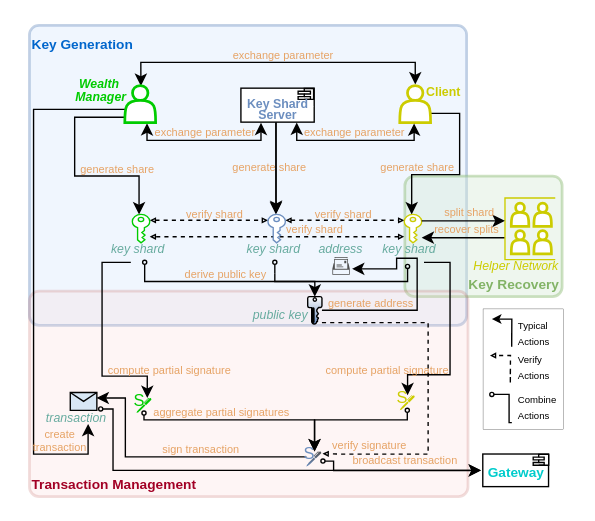
Above: page "txn-sign-tech" (4 of 13) of drawio-diagrams/wallet_architecture.drawio in dlt-science/crypto-mpc-wallet-bloom (draw.io), before the change. Source tidied: cells renumbered, new cells numbered last; positions are measured from the earlier drawing's top-left corner, leaving out a move shared by most shapes. Both pictures are drawn from the tidied source at 137%, with x=0, y=0 at pixel (29, 25).
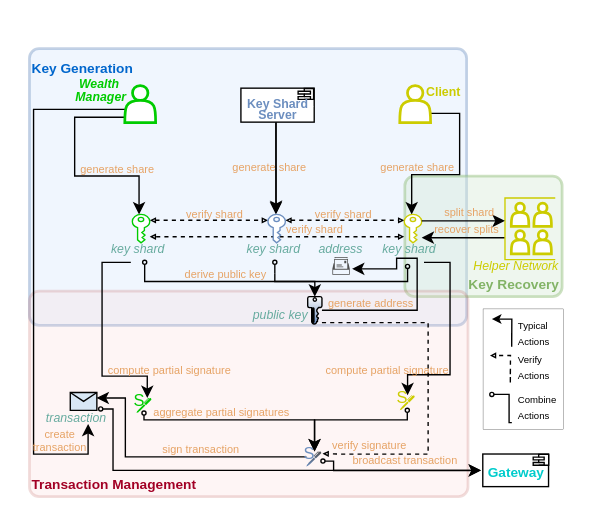
The same page after the edit.

Unchanged cells that the change refers to:
```xml
<mxCell id="17" style="shape=actor;whiteSpace=wrap;html=1;strokeWidth=2;strokeColor=#CCCC00;" parent="1" vertex="1">
  <mxGeometry x="270.3" y="44" width="22.5" height="27" as="geometry" />
</mxCell>
<mxCell id="18" style="html=1;align=center;verticalAlign=middle;dashed=0;rotation=-90;strokeWidth=1;strokeColor=#000000;fillColor=#FFFFFF;" parent="1" vertex="1">
  <mxGeometry x="168.7" y="31.5" width="24.8" height="53.5" as="geometry" />
</mxCell>
<mxCell id="86" style="shape=actor;whiteSpace=wrap;html=1;strokeWidth=2;strokeColor=#00CC00;" parent="1" vertex="1">
  <mxGeometry x="69.6" y="44" width="22.5" height="27" as="geometry" />
</mxCell>
```

The edit, as a diff of the source:
```diff
@@
     <mxCell id="2" value="&lt;b style=&quot;color: rgb(0, 102, 204); caret-color: rgb(0, 0, 0); text-wrap: nowrap;&quot;&gt;&lt;font style=&quot;font-size: 10px;&quot;&gt;Key Generation&lt;/font&gt;&lt;/b&gt;" style="rounded=1;whiteSpace=wrap;html=1;absoluteArcSize=1;arcSize=14;strokeWidth=2;fillColor=#dae8fc;strokeColor=#6c8ebf;opacity=40;rotation=0;align=left;verticalAlign=top;spacingTop=0;labelPosition=center;verticalLabelPosition=middle;" parent="1" vertex="1">
-      <mxGeometry width="319.1" height="219" as="geometry" />
+      <mxGeometry y="17" width="319.1" height="202" as="geometry" />
     </mxCell>
@@
-    <mxCell id="13" style="edgeStyle=orthogonalEdgeStyle;rounded=0;jettySize=auto;html=1;exitX=0.721;exitY=1.016;exitDx=0;exitDy=0;exitPerimeter=0;startArrow=classic;startFill=1;entryX=-0.018;entryY=0.274;entryDx=0;entryDy=0;entryPerimeter=0;" parent="1" edge="1" source="86" target="18">
-      <mxGeometry relative="1" as="geometry">
-        <Array as="points">
-          <mxPoint x="86" y="84" />
-          <mxPoint x="169" y="84" />
-        </Array>
-      </mxGeometry>
-    </mxCell>
-    <mxCell id="14" value="&lt;font color=&quot;#e6a365&quot; style=&quot;font-size: 8px;&quot;&gt;exchange&amp;nbsp;&lt;/font&gt;&lt;span style=&quot;color: rgb(230, 163, 101); font-size: 8px;&quot;&gt;parameter&lt;/span&gt;" style="edgeLabel;html=1;align=center;verticalAlign=middle;labelBackgroundColor=none;" parent="13" vertex="1">
-      <mxGeometry x="-0.29" y="1" relative="1" as="geometry">
-        <mxPoint x="15" y="-7" as="offset" />
-      </mxGeometry>
-    </mxCell>
-    <mxCell id="15" style="edgeStyle=orthogonalEdgeStyle;rounded=0;jettySize=auto;html=1;exitX=0.522;exitY=0.007;exitDx=0;exitDy=0;entryX=0.503;entryY=-0.032;entryDx=0;entryDy=0;entryPerimeter=0;startArrow=classic;startFill=1;exitPerimeter=0;" parent="1" edge="1" source="86" target="17">
-      <mxGeometry relative="1" as="geometry">
-        <Array as="points">
-          <mxPoint x="81" y="27" />
-          <mxPoint x="282" y="27" />
-          <mxPoint x="282" y="43" />
-        </Array>
-      </mxGeometry>
-    </mxCell>
-    <mxCell id="16" value="&lt;font style=&quot;font-size: 8px;&quot; color=&quot;#e6a365&quot;&gt;exchange&amp;nbsp;&lt;/font&gt;&lt;span style=&quot;color: rgb(230, 163, 101); font-size: 8px;&quot;&gt;parameter&lt;/span&gt;" style="edgeLabel;html=1;align=center;verticalAlign=middle;labelBackgroundColor=none;" parent="15" vertex="1">
-      <mxGeometry x="0.04" relative="1" as="geometry">
-        <mxPoint x="-1" y="-7" as="offset" />
-      </mxGeometry>
-    </mxCell>
@@
-    <mxCell id="20" style="edgeStyle=orthogonalEdgeStyle;rounded=0;jettySize=auto;html=1;entryX=0.465;entryY=1.022;entryDx=0;entryDy=0;entryPerimeter=0;startArrow=classic;startFill=1;" parent="1" edge="1" target="17">
-      <mxGeometry relative="1" as="geometry">
-        <mxPoint x="195.1" y="71" as="sourcePoint" />
-        <Array as="points">
-          <mxPoint x="195" y="84" />
-          <mxPoint x="281" y="84" />
-        </Array>
-      </mxGeometry>
-    </mxCell>
-    <mxCell id="21" value="&lt;font color=&quot;#e6a365&quot; style=&quot;font-size: 8px;&quot;&gt;exchange&amp;nbsp;&lt;/font&gt;&lt;span style=&quot;color: rgb(230, 163, 101); font-size: 8px;&quot;&gt;parameter&lt;/span&gt;" style="edgeLabel;html=1;align=center;verticalAlign=middle;labelBackgroundColor=none;" parent="20" vertex="1">
-      <mxGeometry x="-0.15" relative="1" as="geometry">
-        <mxPoint x="7" y="-8" as="offset" />
-      </mxGeometry>
-    </mxCell>
```
